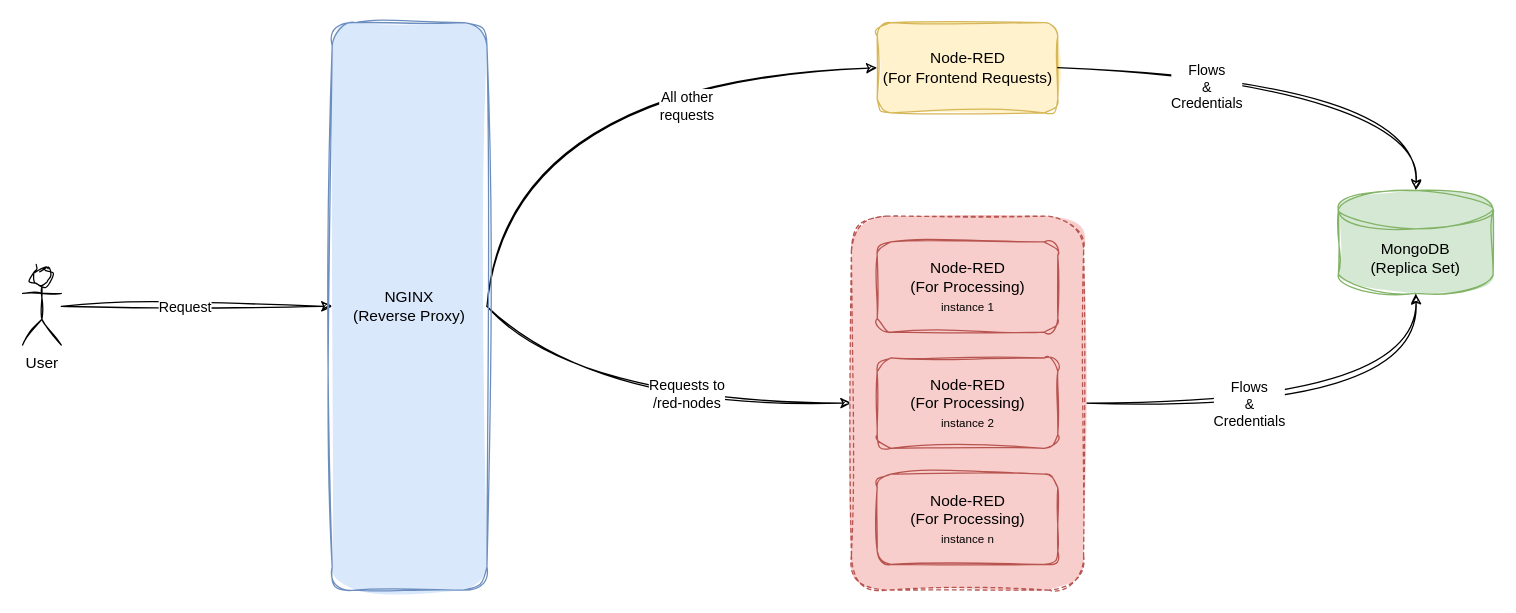
This is architecture.drawio from Ahmad44452/scaling-nodered, a draw.io file, before an edit. Source tidied: cells renumbered, new cells numbered last; positions are measured from the earlier drawing's top-left corner, leaving out a move shared by most shapes. Both pictures are drawn from the tidied source at 129%, with x=0, y=0 at pixel (22, 22).
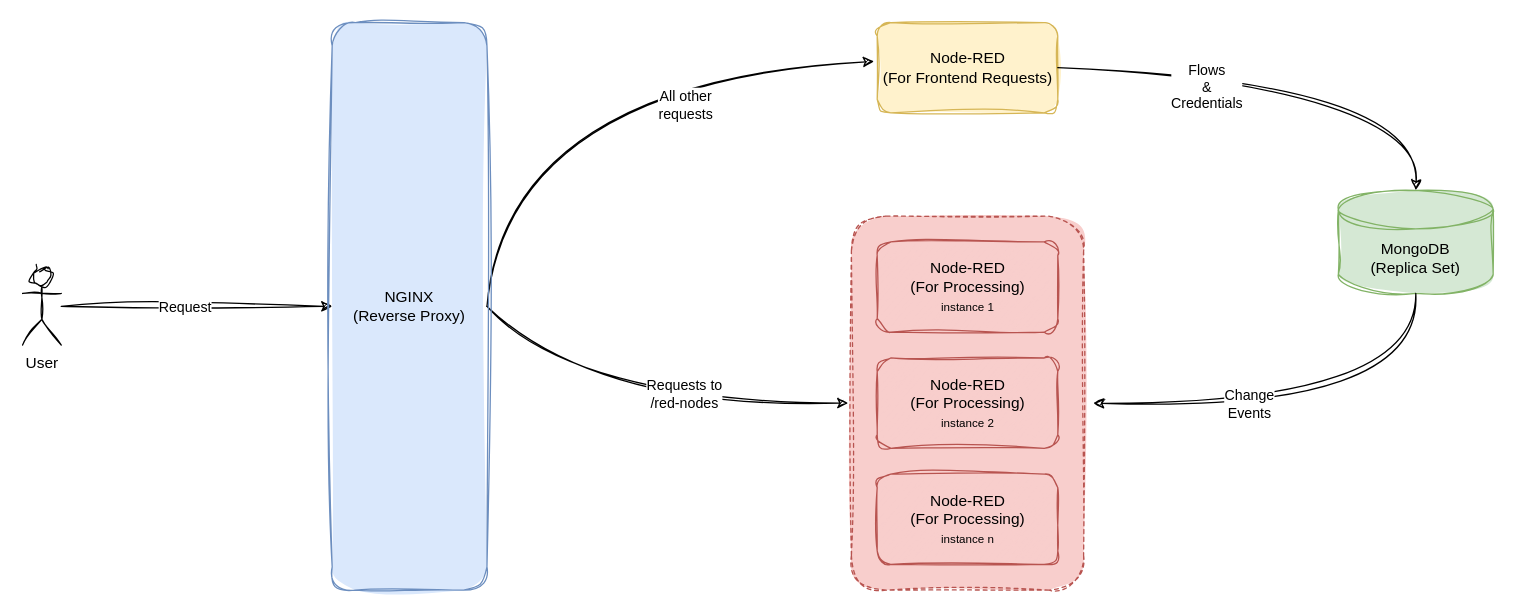
Above is the later version.

Commit message (it also covers changes not shown here):
Updated README and architecture diagram

Unchanged cells that the change refers to:
```xml
<mxCell id="9" value="&lt;div&gt;NGINX&lt;/div&gt;&lt;div&gt;(Reverse Proxy)&lt;/div&gt;" style="rounded=1;whiteSpace=wrap;html=1;fillColor=#dae8fc;strokeColor=#6c8ebf;sketch=1;curveFitting=1;jiggle=2;fillStyle=solid;" parent="1" vertex="1">
  <mxGeometry x="240" width="120" height="440" as="geometry" />
</mxCell>
<mxCell id="10" value="&lt;div&gt;Node-RED&lt;/div&gt;&lt;div&gt;(For Frontend Requests)&lt;/div&gt;" style="rounded=1;whiteSpace=wrap;html=1;sketch=1;curveFitting=1;jiggle=2;fillColor=#fff2cc;strokeColor=#d6b656;gradientColor=none;fillStyle=solid;" parent="1" vertex="1">
  <mxGeometry x="662.5" width="140" height="70" as="geometry" />
</mxCell>
<mxCell id="11" value="MongoDB&lt;br&gt;(Replica Set)" style="shape=cylinder3;whiteSpace=wrap;html=1;boundedLbl=1;backgroundOutline=1;size=15;fillColor=#d5e8d4;strokeColor=#82b366;sketch=1;curveFitting=1;jiggle=2;fillStyle=solid;" parent="1" vertex="1">
  <mxGeometry x="1020" y="130" width="120" height="80" as="geometry" />
</mxCell>
<mxCell id="17" style="rounded=1;whiteSpace=wrap;html=1;fillColor=#f8cecc;strokeColor=#b85450;dashed=1;sketch=1;curveFitting=1;jiggle=2;fillStyle=solid;" parent="16" vertex="1">
  <mxGeometry width="180" height="290" as="geometry" />
</mxCell>
```

The edit, as a diff of the source:
```diff
@@
-    <mxCell id="5" style="rounded=0;jettySize=auto;html=1;exitX=1;exitY=0.5;exitDx=0;exitDy=0;entryX=0;entryY=0.5;entryDx=0;entryDy=0;curved=1;sketch=1;curveFitting=1;jiggle=2;" parent="1" edge="1" source="9" target="10">
+    <mxCell id="5" style="rounded=0;jettySize=auto;html=1;exitX=1;exitY=0.5;exitDx=0;exitDy=0;curved=1;sketch=1;curveFitting=1;jiggle=2;" parent="1" edge="1" source="9">
       <mxGeometry relative="1" as="geometry">
+        <mxPoint x="660" y="30" as="targetPoint" />
         <Array as="points">
           <mxPoint x="380" y="50" />
         </Array>
       </mxGeometry>
     </mxCell>
@@
-    <mxCell id="7" style="rounded=0;jettySize=auto;html=1;exitX=1;exitY=0.5;exitDx=0;exitDy=0;entryX=0;entryY=0.5;entryDx=0;entryDy=0;curved=1;sketch=1;curveFitting=1;jiggle=2;" parent="1" edge="1" source="9" target="17">
+    <mxCell id="7" style="rounded=0;jettySize=auto;html=1;exitX=1;exitY=0.5;exitDx=0;exitDy=0;curved=1;sketch=1;curveFitting=1;jiggle=2;" parent="1" edge="1" source="9">
       <mxGeometry relative="1" as="geometry">
+        <mxPoint x="640" y="295" as="targetPoint" />
         <Array as="points">
           <mxPoint x="430" y="295" />
         </Array>
       </mxGeometry>
     </mxCell>
@@
-    <mxCell id="12" style="rounded=0;jettySize=auto;html=1;entryX=0.5;entryY=1;entryDx=0;entryDy=0;entryPerimeter=0;curved=1;exitX=1;exitY=0.5;exitDx=0;exitDy=0;sketch=1;curveFitting=1;jiggle=2;" parent="1" edge="1" source="17" target="11">
+    <mxCell id="12" style="rounded=0;jettySize=auto;html=1;entryX=0.5;entryY=1;entryDx=0;entryDy=0;entryPerimeter=0;curved=1;sketch=1;curveFitting=1;jiggle=2;startArrow=classic;startFill=1;endArrow=none;endFill=0;" parent="1" edge="1" target="11">
       <mxGeometry relative="1" as="geometry">
+        <mxPoint x="830" y="295" as="sourcePoint" />
         <Array as="points">
           <mxPoint x="1083" y="300" />
         </Array>
       </mxGeometry>
     </mxCell>
@@
-    <mxCell id="15" value="&lt;div&gt;Flows&lt;/div&gt;&lt;div&gt;&amp;amp;&lt;/div&gt;&lt;div&gt;Credentials&lt;/div&gt;" style="edgeLabel;html=1;align=center;verticalAlign=middle;" parent="1" vertex="1">
+    <mxCell id="15" value="&lt;div&gt;Change&lt;/div&gt;&lt;div&gt;Events&lt;/div&gt;" style="edgeLabel;html=1;align=center;verticalAlign=middle;" parent="1" vertex="1">
       <mxGeometry x="950" y="295" as="geometry" />
     </mxCell>
```
